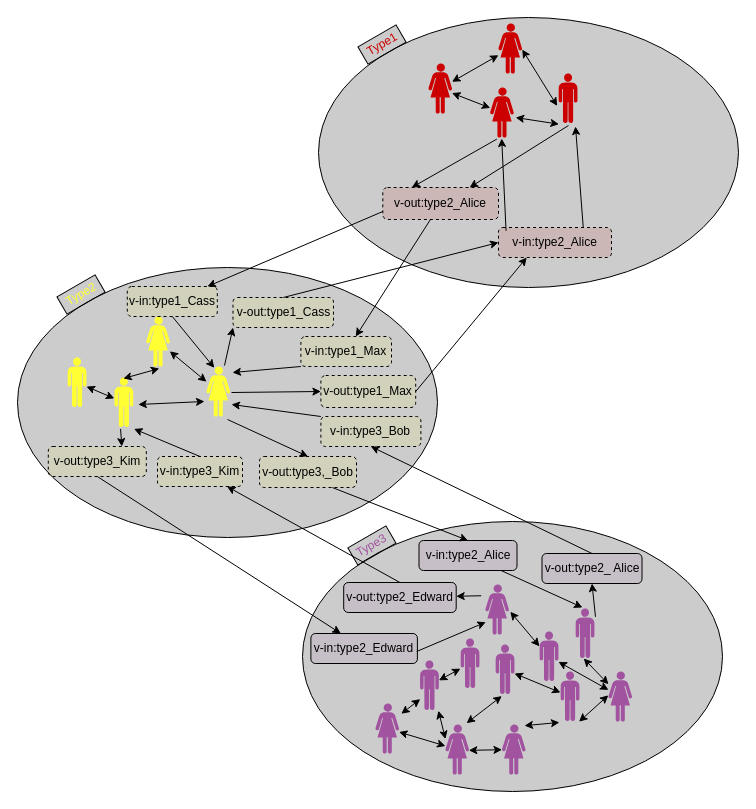
Above: docs/images/temporalInteractions.drawio in josura/c2c-sepia (draw.io), before the change. Source tidied: cells renumbered, new cells numbered last; positions are measured from the earlier drawing's top-left corner, leaving out a move shared by most shapes. Both pictures are drawn from the tidied source at 100%, with x=0, y=0 at pixel (17, 17).
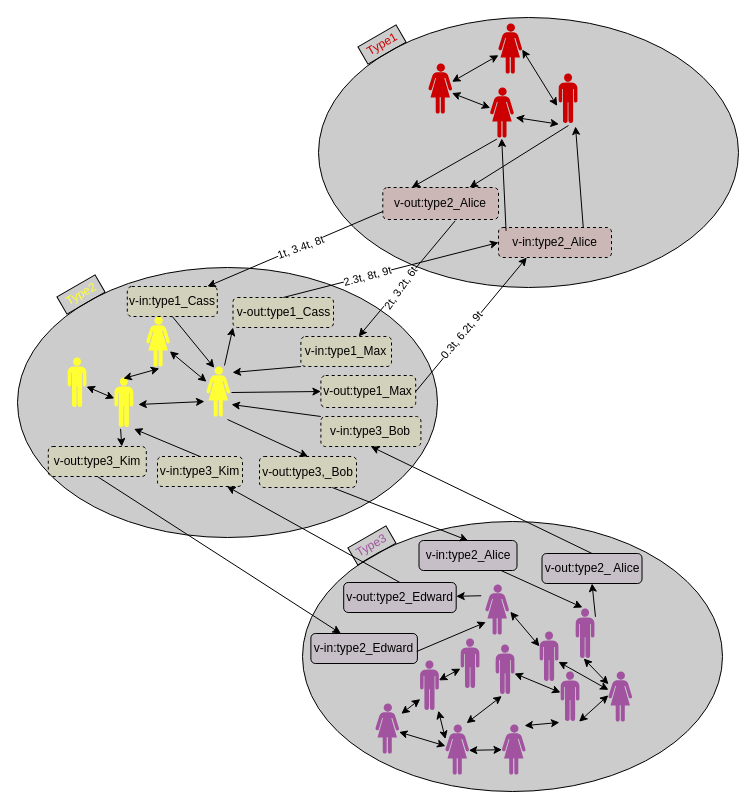
The same diagram, later.

Unchanged cells that the change refers to:
```xml
<mxCell id="57" style="rounded=0;jettySize=auto;html=1;exitX=1;exitY=0.5;exitDx=0;exitDy=0;entryX=0.25;entryY=1;entryDx=0;entryDy=0;" parent="1" edge="1" source="58" target="85">
  <mxGeometry relative="1" as="geometry" />
</mxCell>
<mxCell id="67" style="rounded=0;jettySize=auto;html=1;exitX=0.5;exitY=0;exitDx=0;exitDy=0;entryX=0;entryY=0.5;entryDx=0;entryDy=0;strokeColor=default;align=center;verticalAlign=middle;fontFamily=Helvetica;fontSize=11;fontColor=default;labelBackgroundColor=default;endArrow=classic;" parent="1" edge="1" source="68" target="85">
  <mxGeometry relative="1" as="geometry" />
</mxCell>
<mxCell id="69" style="rounded=0;jettySize=auto;html=1;exitX=0;exitY=0.75;exitDx=0;exitDy=0;" parent="1" edge="1" source="70" target="80">
  <mxGeometry relative="1" as="geometry" />
</mxCell>
<mxCell id="70" value="v-out:type2_Alice" style="rounded=1;whiteSpace=wrap;html=1;dashed=1;fillColor=#CC0000;fillOpacity=10;" parent="1" vertex="1">
  <mxGeometry x="365.3" y="170" width="115.7" height="32" as="geometry" />
</mxCell>
<mxCell id="81" value="v-in:type1_Max" style="rounded=1;whiteSpace=wrap;html=1;dashed=1;strokeColor=default;align=center;verticalAlign=middle;fontFamily=Helvetica;fontSize=12;fontColor=default;fillColor=#FFFF33;fillOpacity=10;" parent="1" vertex="1">
  <mxGeometry x="283.4" y="319" width="90.6" height="30" as="geometry" />
</mxCell>
```

Change to the diagram source:
```diff
@@
+    <mxCell id="86" value="0.3t, 6.2t, 9t" style="edgeLabel;html=1;align=center;verticalAlign=middle;rotation=-50;" parent="57" vertex="1">
+      <mxGeometry x="-0.17" y="1" relative="1" as="geometry" />
+    </mxCell>
@@
-    <mxCell id="59" style="rounded=0;jettySize=auto;html=1;" parent="1" edge="1" source="70" target="81">
+    <mxCell id="59" style="rounded=0;jettySize=auto;html=1;exitX=0.625;exitY=1.043;exitDx=0;exitDy=0;exitPerimeter=0;" parent="1" edge="1" source="70" target="81">
       <mxGeometry relative="1" as="geometry" />
     </mxCell>
+    <mxCell id="87" value="2t, 3.2t, 6t" style="edgeLabel;html=1;align=center;verticalAlign=middle;rotation=-55;" parent="59" vertex="1">
+      <mxGeometry x="0.23" y="2" relative="1" as="geometry">
+        <mxPoint x="3" y="-5" as="offset" />
+      </mxGeometry>
+    </mxCell>
@@
+    <mxCell id="88" value="2.3t, 8t, 9t" style="edgeLabel;html=1;align=center;verticalAlign=middle;rotation=-15;" parent="67" vertex="1">
+      <mxGeometry x="-0.23" relative="1" as="geometry" />
+    </mxCell>
@@
+    <mxCell id="89" value="1t, 3.4t, 8t" style="edgeLabel;html=1;align=center;verticalAlign=middle;rotation=-20;" parent="69" vertex="1">
+      <mxGeometry x="-0.06" relative="1" as="geometry" />
+    </mxCell>
```
